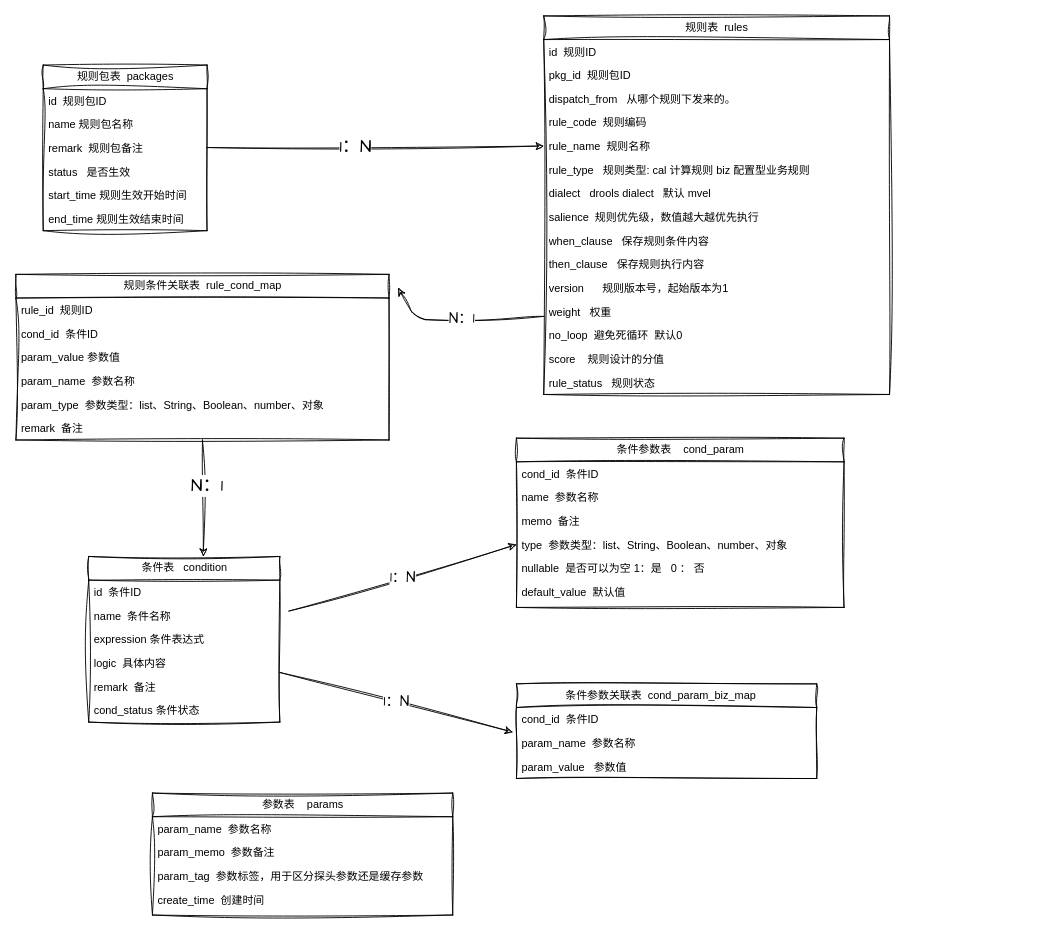
Earlier version of the draw.io diagram drawio/rule_engine/model_engine .drawio (wllpeter/picture). Source tidied: cells renumbered, new cells numbered last; positions are measured from the earlier drawing's top-left corner, leaving out a move shared by most shapes. Both pictures are drawn from the tidied source at 91%, with x=0, y=0 at pixel (15, 15).
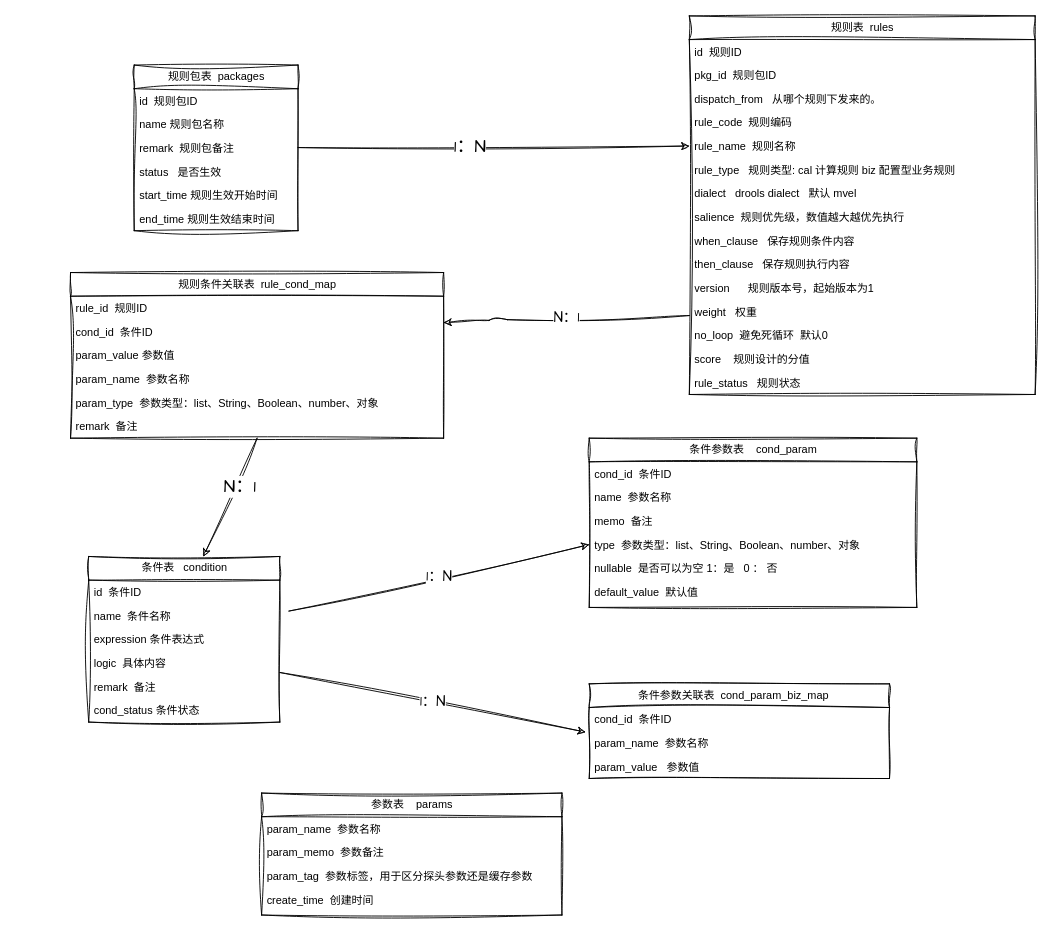
After the change.

Commit message (it also covers changes not shown here):
更新表结构

The change refers to these unchanged cells:
```xml
<mxCell id="21" value="weight&amp;nbsp; &amp;nbsp;权重" style="text;strokeColor=none;fillColor=none;align=left;verticalAlign=top;spacingLeft=4;spacingRight=4;overflow=hidden;points=[[0,0.5],[1,0.5]];portConstraint=eastwest;whiteSpace=wrap;html=1;sketch=1;curveFitting=1;jiggle=2;" parent="9" vertex="1">
  <mxGeometry y="312" width="380" height="26" as="geometry" />
</mxCell>
<mxCell id="43" value="cond_id&amp;nbsp; 条件ID" style="text;strokeColor=none;fillColor=none;align=left;verticalAlign=top;spacingLeft=4;spacingRight=4;overflow=hidden;points=[[0,0.5],[1,0.5]];portConstraint=eastwest;whiteSpace=wrap;html=1;sketch=1;curveFitting=1;jiggle=2;" parent="41" vertex="1">
  <mxGeometry y="52" width="410" height="26" as="geometry" />
</mxCell>
```

The edit, as a diff of the source:
```diff
@@
     <mxCell id="2" value="规则包表&amp;nbsp; packages" style="swimlane;fontStyle=0;horizontal=1;startSize=26;fillColor=none;html=1;sketch=1;curveFitting=1;jiggle=2;" parent="1" vertex="1">
-      <mxGeometry x="30" y="54" width="180" height="182" as="geometry" />
+      <mxGeometry x="130" y="54" width="180" height="182" as="geometry" />
     </mxCell>
@@
     <mxCell id="9" value="规则表&amp;nbsp; rules" style="swimlane;fontStyle=0;horizontal=1;startSize=26;fillColor=none;html=1;sketch=1;curveFitting=1;jiggle=2;" parent="1" vertex="1">
-      <mxGeometry x="580" width="380" height="416" as="geometry" />
+      <mxGeometry x="740" width="380" height="416" as="geometry" />
     </mxCell>
@@
     <mxCell id="32" value="条件参数表&amp;nbsp; &amp;nbsp; cond_param" style="swimlane;fontStyle=0;horizontal=1;startSize=26;fillColor=none;html=1;sketch=1;curveFitting=1;jiggle=2;" parent="1" vertex="1">
-      <mxGeometry x="550" y="464" width="360" height="186" as="geometry" />
+      <mxGeometry x="630" y="464" width="360" height="186" as="geometry" />
     </mxCell>
@@
     <mxCell id="41" value="规则条件关联表&amp;nbsp;&amp;nbsp;rule_cond_map" style="swimlane;fontStyle=0;horizontal=1;startSize=26;fillColor=none;html=1;sketch=1;curveFitting=1;jiggle=2;" parent="1" vertex="1">
-      <mxGeometry y="284" width="410" height="182" as="geometry" />
+      <mxGeometry x="60" y="282" width="410" height="182" as="geometry" />
     </mxCell>
@@
-    <mxCell id="48" value="N：1" style="edgeStyle=none;sketch=1;hachureGap=4;jiggle=2;curveFitting=1;html=1;fontFamily=Architects Daughter;fontSize=16;" parent="1" edge="1" source="21">
+    <mxCell id="48" value="N：1" style="edgeStyle=none;sketch=1;hachureGap=4;jiggle=2;curveFitting=1;html=1;fontFamily=Architects Daughter;fontSize=16;entryX=1;entryY=0.115;entryDx=0;entryDy=0;entryPerimeter=0;" parent="1" edge="1" source="21" target="43">
       <mxGeometry relative="1" as="geometry">
-        <mxPoint x="420" y="299" as="targetPoint" />
         <Array as="points">
-          <mxPoint x="440" y="334" />
+          <mxPoint x="530" y="334" />
         </Array>
       </mxGeometry>
     </mxCell>
@@
     <mxCell id="52" value="参数表&amp;nbsp; &amp;nbsp; params" style="swimlane;fontStyle=0;horizontal=1;startSize=26;fillColor=none;html=1;sketch=1;curveFitting=1;jiggle=2;" parent="1" vertex="1">
-      <mxGeometry x="150" y="854" width="330" height="134" as="geometry" />
+      <mxGeometry x="270" y="854" width="330" height="134" as="geometry" />
     </mxCell>
@@
     <mxCell id="57" value="条件参数关联表&amp;nbsp; cond_param_biz_map&amp;nbsp; &amp;nbsp;&amp;nbsp;" style="swimlane;fontStyle=0;horizontal=1;startSize=26;fillColor=none;html=1;sketch=1;curveFitting=1;jiggle=2;" parent="1" vertex="1">
-      <mxGeometry x="550" y="734" width="330" height="104" as="geometry" />
+      <mxGeometry x="630" y="734" width="330" height="104" as="geometry" />
     </mxCell>
```
